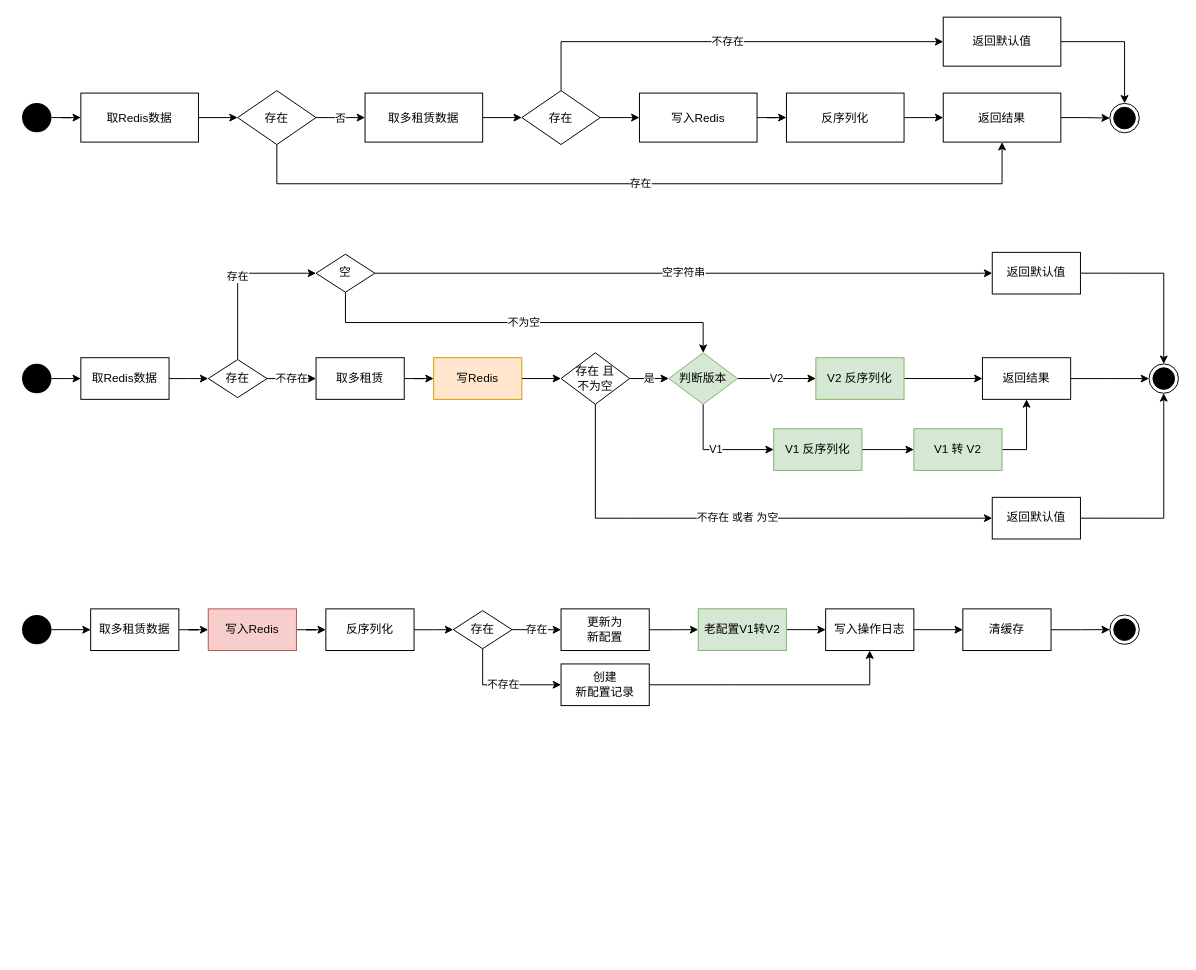
Earlier version of the draw.io diagram 人才有效期设置.drawio (Lucas20029/MyDiagrams). Source tidied: cells renumbered, new cells numbered last; positions are measured from the earlier drawing's top-left corner, leaving out a move shared by most shapes. Both pictures are drawn from the tidied source at 98%, with x=0, y=0 at pixel (22, 17).
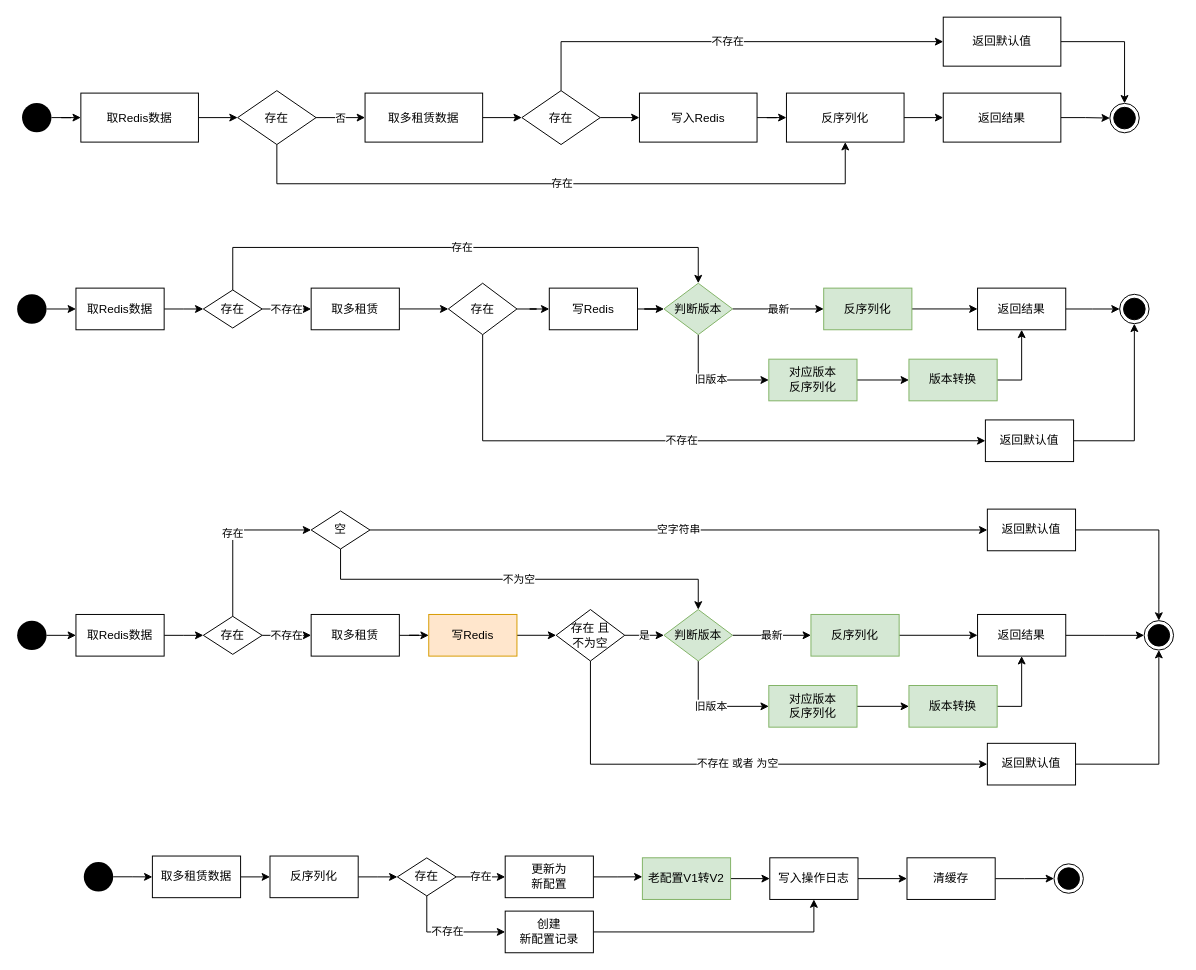
The same page after the edit.

Commit message:
Update 人才有效期设置.drawio

Unchanged cells that the change refers to:
```xml
<mxCell id="8" value="存在" style="rhombus;whiteSpace=wrap;html=1;" parent="1" vertex="1">
  <mxGeometry x="220" y="75" width="80" height="55" as="geometry" />
</mxCell>
<mxCell id="15" value="反序列化" style="rounded=0;whiteSpace=wrap;html=1;" parent="1" vertex="1">
  <mxGeometry x="780" y="77.5" width="120" height="50" as="geometry" />
</mxCell>
<mxCell id="17" value="返回结果" style="rounded=0;whiteSpace=wrap;html=1;" parent="1" vertex="1">
  <mxGeometry x="940" y="77.5" width="120" height="50" as="geometry" />
</mxCell>
```

Diff of the diagram source:
```diff
@@
-    <mxCell id="7" value="存在" style="edgeStyle=orthogonalEdgeStyle;rounded=0;jettySize=auto;html=1;exitX=0.5;exitY=1;exitDx=0;exitDy=0;entryX=0.5;entryY=1;entryDx=0;entryDy=0;" parent="1" edge="1" source="8" target="17">
+    <mxCell id="7" value="存在" style="edgeStyle=orthogonalEdgeStyle;rounded=0;jettySize=auto;html=1;exitX=0.5;exitY=1;exitDx=0;exitDy=0;entryX=0.5;entryY=1;entryDx=0;entryDy=0;" parent="1" edge="1" source="8" target="15">
       <mxGeometry relative="1" as="geometry">
         <Array as="points">
           <mxPoint x="260" y="170" />
-          <mxPoint x="1000" y="170" />
+          <mxPoint x="840" y="170" />
         </Array>
       </mxGeometry>
     </mxCell>
@@
     <mxCell id="24" value="取Redis数据" style="rounded=0;whiteSpace=wrap;html=1;" parent="1" vertex="1">
-      <mxGeometry x="60" y="347.5" width="90" height="42.5" as="geometry" />
+      <mxGeometry x="55" y="276.5" width="90" height="42.5" as="geometry" />
     </mxCell>
@@
     <mxCell id="26" style="ellipse;fillColor=#000000;strokeColor=none;" parent="1" vertex="1">
-      <mxGeometry y="353.8" width="30" height="30" as="geometry" />
+      <mxGeometry x="-5" y="282.8" width="30" height="30" as="geometry" />
     </mxCell>
@@
-    <mxCell id="28" value="存在" style="edgeStyle=orthogonalEdgeStyle;rounded=0;jettySize=auto;html=1;exitX=0.5;exitY=0;exitDx=0;exitDy=0;entryX=0;entryY=0.5;entryDx=0;entryDy=0;" parent="1" edge="1" source="29" target="47">
-      <mxGeometry relative="1" as="geometry" />
+    <mxCell id="28" value="存在" style="edgeStyle=orthogonalEdgeStyle;rounded=0;jettySize=auto;html=1;exitX=0.5;exitY=0;exitDx=0;exitDy=0;entryX=0.5;entryY=0;entryDx=0;entryDy=0;" parent="1" edge="1" source="29" target="39">
+      <mxGeometry relative="1" as="geometry">
+        <Array as="points">
+          <mxPoint x="215" y="235" />
+          <mxPoint x="690" y="235" />
+        </Array>
+      </mxGeometry>
     </mxCell>
     <mxCell id="29" value="存在" style="rhombus;whiteSpace=wrap;html=1;" parent="1" vertex="1">
-      <mxGeometry x="190" y="349.4" width="60" height="38.8" as="geometry" />
+      <mxGeometry x="185" y="278.4" width="60" height="38.8" as="geometry" />
     </mxCell>
-    <mxCell id="30" style="edgeStyle=orthogonalEdgeStyle;rounded=0;jettySize=auto;html=1;" parent="1" edge="1" source="31" target="33">
-      <mxGeometry relative="1" as="geometry" />
-    </mxCell>
+    <mxCell id="78" style="edgeStyle=orthogonalEdgeStyle;rounded=0;jettySize=auto;html=1;" parent="1" edge="1" source="31" target="36">
+      <mxGeometry relative="1" as="geometry" />
+    </mxCell>
     <mxCell id="31" value="取多租赁" style="rounded=0;whiteSpace=wrap;html=1;" parent="1" vertex="1">
-      <mxGeometry x="300" y="347.5" width="90" height="42.5" as="geometry" />
+      <mxGeometry x="295" y="276.5" width="90" height="42.5" as="geometry" />
     </mxCell>
-    <mxCell id="32" style="edgeStyle=orthogonalEdgeStyle;rounded=0;jettySize=auto;html=1;" parent="1" edge="1" source="33" target="36">
-      <mxGeometry relative="1" as="geometry" />
-    </mxCell>
+    <mxCell id="79" style="edgeStyle=orthogonalEdgeStyle;rounded=0;jettySize=auto;html=1;" parent="1" edge="1" source="33" target="39">
+      <mxGeometry relative="1" as="geometry" />
+    </mxCell>
-    <mxCell id="33" value="写Redis" style="rounded=0;whiteSpace=wrap;html=1;fillColor=#ffe6cc;strokeColor=#d79b00;" parent="1" vertex="1">
-      <mxGeometry x="420" y="347.5" width="90" height="42.5" as="geometry" />
+    <mxCell id="33" value="写Redis" style="rounded=0;whiteSpace=wrap;html=1;" parent="1" vertex="1">
+      <mxGeometry x="538" y="276.5" width="90" height="42.5" as="geometry" />
     </mxCell>
-    <mxCell id="34" value="是" style="edgeStyle=orthogonalEdgeStyle;rounded=0;jettySize=auto;html=1;" parent="1" edge="1" source="36" target="39">
-      <mxGeometry relative="1" as="geometry" />
-    </mxCell>
-    <mxCell id="35" value="不存在 或者 为空" style="edgeStyle=orthogonalEdgeStyle;rounded=0;jettySize=auto;html=1;exitX=0.5;exitY=1;exitDx=0;exitDy=0;entryX=0;entryY=0.5;entryDx=0;entryDy=0;" parent="1" edge="1" source="36" target="55">
+    <mxCell id="35" value="不存在" style="edgeStyle=orthogonalEdgeStyle;rounded=0;jettySize=auto;html=1;exitX=0.5;exitY=1;exitDx=0;exitDy=0;entryX=0;entryY=0.5;entryDx=0;entryDy=0;" parent="1" edge="1" source="36" target="55">
       <mxGeometry relative="1" as="geometry" />
     </mxCell>
+    <mxCell id="80" style="edgeStyle=orthogonalEdgeStyle;rounded=0;jettySize=auto;html=1;" parent="1" edge="1" source="36" target="33">
+      <mxGeometry relative="1" as="geometry" />
+    </mxCell>
-    <mxCell id="36" value="存在 且&lt;br&gt;不为空" style="rhombus;whiteSpace=wrap;html=1;" parent="1" vertex="1">
-      <mxGeometry x="550" y="342.5" width="70" height="52.5" as="geometry" />
+    <mxCell id="36" value="存在" style="rhombus;whiteSpace=wrap;html=1;" parent="1" vertex="1">
+      <mxGeometry x="435" y="271.5" width="70" height="52.5" as="geometry" />
     </mxCell>
-    <mxCell id="37" value="V2" style="edgeStyle=orthogonalEdgeStyle;rounded=0;jettySize=auto;html=1;" parent="1" edge="1" source="39" target="41">
+    <mxCell id="37" value="最新" style="edgeStyle=orthogonalEdgeStyle;rounded=0;jettySize=auto;html=1;" parent="1" edge="1" source="39" target="41">
       <mxGeometry relative="1" as="geometry" />
     </mxCell>
-    <mxCell id="38" value="V1" style="edgeStyle=orthogonalEdgeStyle;rounded=0;jettySize=auto;html=1;exitX=0.5;exitY=1;exitDx=0;exitDy=0;entryX=0;entryY=0.5;entryDx=0;entryDy=0;" parent="1" edge="1" source="39" target="51">
+    <mxCell id="38" value="旧版本" style="edgeStyle=orthogonalEdgeStyle;rounded=0;jettySize=auto;html=1;exitX=0.5;exitY=1;exitDx=0;exitDy=0;entryX=0;entryY=0.5;entryDx=0;entryDy=0;" parent="1" edge="1" source="39" target="51">
       <mxGeometry relative="1" as="geometry" />
     </mxCell>
     <mxCell id="39" value="判断版本" style="rhombus;whiteSpace=wrap;html=1;fillColor=#d5e8d4;strokeColor=#82b366;" parent="1" vertex="1">
-      <mxGeometry x="660" y="342.5" width="70" height="52.5" as="geometry" />
+      <mxGeometry x="655" y="271.5" width="70" height="52.5" as="geometry" />
     </mxCell>
@@
-    <mxCell id="41" value="V2 反序列化" style="rounded=0;whiteSpace=wrap;html=1;fillColor=#d5e8d4;strokeColor=#82b366;" parent="1" vertex="1">
-      <mxGeometry x="810" y="347.5" width="90" height="42.5" as="geometry" />
+    <mxCell id="41" value="反序列化" style="rounded=0;whiteSpace=wrap;html=1;fillColor=#d5e8d4;strokeColor=#82b366;" parent="1" vertex="1">
+      <mxGeometry x="818" y="276.5" width="90" height="42.5" as="geometry" />
     </mxCell>
@@
     <mxCell id="43" value="返回结果" style="rounded=0;whiteSpace=wrap;html=1;" parent="1" vertex="1">
-      <mxGeometry x="980" y="347.5" width="90" height="42.5" as="geometry" />
+      <mxGeometry x="975" y="276.5" width="90" height="42.5" as="geometry" />
     </mxCell>
     <mxCell id="44" style="ellipse;html=1;shape=endState;fillColor=#000000;strokeColor=#000000;" parent="1" vertex="1">
-      <mxGeometry x="1150" y="353.8" width="30" height="30" as="geometry" />
+      <mxGeometry x="1120" y="282.8" width="30" height="30" as="geometry" />
     </mxCell>
-    <mxCell id="45" value="空字符串" style="edgeStyle=orthogonalEdgeStyle;rounded=0;jettySize=auto;html=1;exitX=1;exitY=0.5;exitDx=0;exitDy=0;" parent="1" edge="1" source="47" target="49">
-      <mxGeometry relative="1" as="geometry" />
-    </mxCell>
-    <mxCell id="46" value="不为空" style="edgeStyle=orthogonalEdgeStyle;rounded=0;jettySize=auto;html=1;exitX=0.5;exitY=1;exitDx=0;exitDy=0;entryX=0.5;entryY=0;entryDx=0;entryDy=0;" parent="1" edge="1" source="47" target="39">
-      <mxGeometry relative="1" as="geometry" />
-    </mxCell>
-    <mxCell id="47" value="空" style="rhombus;whiteSpace=wrap;html=1;" parent="1" vertex="1">
-      <mxGeometry x="300" y="241.9" width="60" height="38.8" as="geometry" />
-    </mxCell>
-    <mxCell id="48" style="edgeStyle=orthogonalEdgeStyle;rounded=0;jettySize=auto;html=1;exitX=1;exitY=0.5;exitDx=0;exitDy=0;" parent="1" edge="1" source="49" target="44">
-      <mxGeometry relative="1" as="geometry" />
-    </mxCell>
-    <mxCell id="49" value="返回默认值" style="rounded=0;whiteSpace=wrap;html=1;" parent="1" vertex="1">
-      <mxGeometry x="990" y="240" width="90" height="42.5" as="geometry" />
-    </mxCell>
@@
-    <mxCell id="51" value="V1 反序列化" style="rounded=0;whiteSpace=wrap;html=1;fillColor=#d5e8d4;strokeColor=#82b366;" parent="1" vertex="1">
-      <mxGeometry x="767" y="420" width="90" height="42.5" as="geometry" />
+    <mxCell id="51" value="对应版本&lt;br&gt;反序列化" style="rounded=0;whiteSpace=wrap;html=1;fillColor=#d5e8d4;strokeColor=#82b366;" parent="1" vertex="1">
+      <mxGeometry x="762" y="349" width="90" height="42.5" as="geometry" />
     </mxCell>
@@
-    <mxCell id="53" value="V1 转 V2" style="rounded=0;whiteSpace=wrap;html=1;fillColor=#d5e8d4;strokeColor=#82b366;" parent="1" vertex="1">
-      <mxGeometry x="910" y="420" width="90" height="42.5" as="geometry" />
+    <mxCell id="53" value="版本转换" style="rounded=0;whiteSpace=wrap;html=1;fillColor=#d5e8d4;strokeColor=#82b366;" parent="1" vertex="1">
+      <mxGeometry x="905" y="349" width="90" height="42.5" as="geometry" />
     </mxCell>
@@
     <mxCell id="55" value="返回默认值" style="rounded=0;whiteSpace=wrap;html=1;" parent="1" vertex="1">
-      <mxGeometry x="990" y="490" width="90" height="42.5" as="geometry" />
+      <mxGeometry x="983" y="411" width="90" height="42.5" as="geometry" />
     </mxCell>
@@
     <mxCell id="57" style="ellipse;fillColor=#000000;strokeColor=none;" parent="1" vertex="1">
-      <mxGeometry y="610" width="30" height="30" as="geometry" />
+      <mxGeometry x="63" y="862.2" width="30" height="30" as="geometry" />
     </mxCell>
-    <mxCell id="58" style="edgeStyle=orthogonalEdgeStyle;rounded=0;jettySize=auto;html=1;" parent="1" edge="1" source="59" target="61">
-      <mxGeometry relative="1" as="geometry" />
+    <mxCell id="58" style="edgeStyle=orthogonalEdgeStyle;rounded=0;jettySize=auto;html=1;" parent="1" edge="1" source="59">
+      <mxGeometry relative="1" as="geometry">
+        <mxPoint x="253" y="877.3" as="targetPoint" />
+      </mxGeometry>
     </mxCell>
     <mxCell id="59" value="取多租赁数据" style="rounded=0;whiteSpace=wrap;html=1;" parent="1" vertex="1">
-      <mxGeometry x="70" y="603.8" width="90" height="42.5" as="geometry" />
+      <mxGeometry x="133" y="856" width="90" height="42.5" as="geometry" />
     </mxCell>
-    <mxCell id="60" style="edgeStyle=orthogonalEdgeStyle;rounded=0;jettySize=auto;html=1;" parent="1" edge="1" source="61" target="63">
-      <mxGeometry relative="1" as="geometry" />
-    </mxCell>
-    <mxCell id="61" value="写入Redis" style="rounded=0;whiteSpace=wrap;html=1;fillColor=#f8cecc;strokeColor=#b85450;" parent="1" vertex="1">
-      <mxGeometry x="190" y="603.8" width="90" height="42.5" as="geometry" />
-    </mxCell>
@@
     <mxCell id="63" value="反序列化" style="rounded=0;whiteSpace=wrap;html=1;" parent="1" vertex="1">
-      <mxGeometry x="310" y="603.8" width="90" height="42.5" as="geometry" />
+      <mxGeometry x="253" y="856" width="90" height="42.5" as="geometry" />
     </mxCell>
@@
     <mxCell id="66" value="存在" style="rhombus;whiteSpace=wrap;html=1;" parent="1" vertex="1">
-      <mxGeometry x="440" y="605.6" width="60" height="38.8" as="geometry" />
+      <mxGeometry x="383" y="857.9" width="60" height="38.8" as="geometry" />
     </mxCell>
@@
     <mxCell id="68" value="创建 &lt;br&gt;新配置记录" style="rounded=0;whiteSpace=wrap;html=1;" parent="1" vertex="1">
-      <mxGeometry x="550" y="660" width="90" height="42.5" as="geometry" />
+      <mxGeometry x="493" y="912.2" width="90" height="42.5" as="geometry" />
     </mxCell>
-    <mxCell id="69" style="edgeStyle=orthogonalEdgeStyle;rounded=0;jettySize=auto;html=1;" parent="1" edge="1" source="70" target="77">
-      <mxGeometry relative="1" as="geometry" />
+    <mxCell id="69" style="edgeStyle=orthogonalEdgeStyle;rounded=0;jettySize=auto;html=1;" parent="1" edge="1" source="70">
+      <mxGeometry relative="1" as="geometry">
+        <mxPoint x="633" y="877.2" as="targetPoint" />
+      </mxGeometry>
     </mxCell>
     <mxCell id="70" value="更新为&lt;br&gt;新配置" style="rounded=0;whiteSpace=wrap;html=1;" parent="1" vertex="1">
-      <mxGeometry x="550" y="603.8" width="90" height="42.5" as="geometry" />
+      <mxGeometry x="493" y="856" width="90" height="42.5" as="geometry" />
     </mxCell>
@@
     <mxCell id="72" value="写入操作日志" style="rounded=0;whiteSpace=wrap;html=1;" parent="1" vertex="1">
-      <mxGeometry x="820" y="603.8" width="90" height="42.5" as="geometry" />
+      <mxGeometry x="763" y="857.8" width="90" height="42.5" as="geometry" />
     </mxCell>
@@
     <mxCell id="74" value="清缓存" style="rounded=0;whiteSpace=wrap;html=1;" parent="1" vertex="1">
-      <mxGeometry x="960" y="603.8" width="90" height="42.5" as="geometry" />
+      <mxGeometry x="903" y="857.8" width="90" height="42.5" as="geometry" />
     </mxCell>
     <mxCell id="75" style="ellipse;html=1;shape=endState;fillColor=#000000;strokeColor=#000000;" parent="1" vertex="1">
-      <mxGeometry x="1110" y="610" width="30" height="30" as="geometry" />
+      <mxGeometry x="1053" y="864" width="30" height="30" as="geometry" />
     </mxCell>
@@
     <mxCell id="77" value="老配置V1转V2" style="rounded=0;whiteSpace=wrap;html=1;fillColor=#d5e8d4;strokeColor=#82b366;" parent="1" vertex="1">
-      <mxGeometry x="690" y="603.7" width="90" height="42.5" as="geometry" />
+      <mxGeometry x="633" y="857.8" width="90" height="42.5" as="geometry" />
     </mxCell>
+    <mxCell id="81" style="edgeStyle=orthogonalEdgeStyle;rounded=0;jettySize=auto;html=1;" parent="1" edge="1" source="82" target="87">
+      <mxGeometry relative="1" as="geometry" />
+    </mxCell>
+    <mxCell id="82" value="取Redis数据" style="rounded=0;whiteSpace=wrap;html=1;" parent="1" vertex="1">
+      <mxGeometry x="55" y="609.5" width="90" height="42.5" as="geometry" />
+    </mxCell>
+    <mxCell id="83" style="edgeStyle=orthogonalEdgeStyle;rounded=0;jettySize=auto;html=1;" parent="1" edge="1" source="84" target="82">
+      <mxGeometry relative="1" as="geometry" />
+    </mxCell>
+    <mxCell id="84" style="ellipse;fillColor=#000000;strokeColor=none;" parent="1" vertex="1">
+      <mxGeometry x="-5" y="615.8" width="30" height="30" as="geometry" />
+    </mxCell>
+    <mxCell id="85" value="不存在" style="edgeStyle=orthogonalEdgeStyle;rounded=0;jettySize=auto;html=1;" parent="1" edge="1" source="87" target="89">
+      <mxGeometry relative="1" as="geometry" />
+    </mxCell>
+    <mxCell id="86" value="存在" style="edgeStyle=orthogonalEdgeStyle;rounded=0;jettySize=auto;html=1;exitX=0.5;exitY=0;exitDx=0;exitDy=0;entryX=0;entryY=0.5;entryDx=0;entryDy=0;" parent="1" edge="1" source="87" target="47">
+      <mxGeometry relative="1" as="geometry" />
+    </mxCell>
+    <mxCell id="87" value="存在" style="rhombus;whiteSpace=wrap;html=1;" parent="1" vertex="1">
+      <mxGeometry x="185" y="611.4" width="60" height="38.8" as="geometry" />
+    </mxCell>
+    <mxCell id="88" style="edgeStyle=orthogonalEdgeStyle;rounded=0;jettySize=auto;html=1;" parent="1" edge="1" source="89" target="91">
+      <mxGeometry relative="1" as="geometry" />
+    </mxCell>
+    <mxCell id="89" value="取多租赁" style="rounded=0;whiteSpace=wrap;html=1;" parent="1" vertex="1">
+      <mxGeometry x="295" y="609.5" width="90" height="42.5" as="geometry" />
+    </mxCell>
+    <mxCell id="90" style="edgeStyle=orthogonalEdgeStyle;rounded=0;jettySize=auto;html=1;" parent="1" edge="1" source="91" target="93">
+      <mxGeometry relative="1" as="geometry" />
+    </mxCell>
+    <mxCell id="91" value="写Redis" style="rounded=0;whiteSpace=wrap;html=1;fillColor=#ffe6cc;strokeColor=#d79b00;" parent="1" vertex="1">
+      <mxGeometry x="415" y="609.5" width="90" height="42.5" as="geometry" />
+    </mxCell>
+    <mxCell id="34" value="是" style="edgeStyle=orthogonalEdgeStyle;rounded=0;jettySize=auto;html=1;" parent="1" edge="1" source="93" target="96">
+      <mxGeometry relative="1" as="geometry" />
+    </mxCell>
+    <mxCell id="92" value="不存在 或者 为空" style="edgeStyle=orthogonalEdgeStyle;rounded=0;jettySize=auto;html=1;exitX=0.5;exitY=1;exitDx=0;exitDy=0;entryX=0;entryY=0.5;entryDx=0;entryDy=0;" parent="1" edge="1" source="93" target="109">
+      <mxGeometry relative="1" as="geometry" />
+    </mxCell>
+    <mxCell id="93" value="存在 且&lt;br&gt;不为空" style="rhombus;whiteSpace=wrap;html=1;" parent="1" vertex="1">
+      <mxGeometry x="545" y="604.5" width="70" height="52.5" as="geometry" />
+    </mxCell>
+    <mxCell id="94" value="最新" style="edgeStyle=orthogonalEdgeStyle;rounded=0;jettySize=auto;html=1;" parent="1" edge="1" source="96" target="98">
+      <mxGeometry relative="1" as="geometry" />
+    </mxCell>
+    <mxCell id="95" value="旧版本" style="edgeStyle=orthogonalEdgeStyle;rounded=0;jettySize=auto;html=1;exitX=0.5;exitY=1;exitDx=0;exitDy=0;entryX=0;entryY=0.5;entryDx=0;entryDy=0;" parent="1" edge="1" source="96" target="105">
+      <mxGeometry relative="1" as="geometry" />
+    </mxCell>
+    <mxCell id="96" value="判断版本" style="rhombus;whiteSpace=wrap;html=1;fillColor=#d5e8d4;strokeColor=#82b366;" parent="1" vertex="1">
+      <mxGeometry x="655" y="604.5" width="70" height="52.5" as="geometry" />
+    </mxCell>
+    <mxCell id="97" style="edgeStyle=orthogonalEdgeStyle;rounded=0;jettySize=auto;html=1;" parent="1" edge="1" source="98" target="100">
+      <mxGeometry relative="1" as="geometry" />
+    </mxCell>
+    <mxCell id="98" value="反序列化" style="rounded=0;whiteSpace=wrap;html=1;fillColor=#d5e8d4;strokeColor=#82b366;" parent="1" vertex="1">
+      <mxGeometry x="805" y="609.5" width="90" height="42.5" as="geometry" />
+    </mxCell>
+    <mxCell id="99" style="edgeStyle=orthogonalEdgeStyle;rounded=0;jettySize=auto;html=1;" parent="1" edge="1" source="100" target="101">
+      <mxGeometry relative="1" as="geometry" />
+    </mxCell>
+    <mxCell id="100" value="返回结果" style="rounded=0;whiteSpace=wrap;html=1;" parent="1" vertex="1">
+      <mxGeometry x="975" y="609.5" width="90" height="42.5" as="geometry" />
+    </mxCell>
+    <mxCell id="101" style="ellipse;html=1;shape=endState;fillColor=#000000;strokeColor=#000000;" parent="1" vertex="1">
+      <mxGeometry x="1145" y="615.8" width="30" height="30" as="geometry" />
+    </mxCell>
+    <mxCell id="45" value="空字符串" style="edgeStyle=orthogonalEdgeStyle;rounded=0;jettySize=auto;html=1;exitX=1;exitY=0.5;exitDx=0;exitDy=0;" parent="1" edge="1" source="47" target="103">
+      <mxGeometry relative="1" as="geometry" />
+    </mxCell>
+    <mxCell id="46" value="不为空" style="edgeStyle=orthogonalEdgeStyle;rounded=0;jettySize=auto;html=1;exitX=0.5;exitY=1;exitDx=0;exitDy=0;entryX=0.5;entryY=0;entryDx=0;entryDy=0;" parent="1" edge="1" source="47" target="96">
+      <mxGeometry relative="1" as="geometry" />
+    </mxCell>
+    <mxCell id="47" value="空" style="rhombus;whiteSpace=wrap;html=1;" parent="1" vertex="1">
+      <mxGeometry x="295" y="503.9" width="60" height="38.8" as="geometry" />
+    </mxCell>
+    <mxCell id="102" style="edgeStyle=orthogonalEdgeStyle;rounded=0;jettySize=auto;html=1;exitX=1;exitY=0.5;exitDx=0;exitDy=0;" parent="1" edge="1" source="103" target="101">
+      <mxGeometry relative="1" as="geometry" />
+    </mxCell>
+    <mxCell id="103" value="返回默认值" style="rounded=0;whiteSpace=wrap;html=1;" parent="1" vertex="1">
+      <mxGeometry x="985" y="502" width="90" height="42.5" as="geometry" />
+    </mxCell>
+    <mxCell id="104" style="edgeStyle=orthogonalEdgeStyle;rounded=0;jettySize=auto;html=1;" parent="1" edge="1" source="105" target="107">
+      <mxGeometry relative="1" as="geometry" />
+    </mxCell>
+    <mxCell id="105" value="对应版本&lt;br&gt;反序列化" style="rounded=0;whiteSpace=wrap;html=1;fillColor=#d5e8d4;strokeColor=#82b366;" parent="1" vertex="1">
+      <mxGeometry x="762" y="682" width="90" height="42.5" as="geometry" />
+    </mxCell>
+    <mxCell id="106" style="edgeStyle=orthogonalEdgeStyle;rounded=0;jettySize=auto;html=1;exitX=1;exitY=0.5;exitDx=0;exitDy=0;" parent="1" edge="1" source="107" target="100">
+      <mxGeometry relative="1" as="geometry" />
+    </mxCell>
+    <mxCell id="107" value="版本转换" style="rounded=0;whiteSpace=wrap;html=1;fillColor=#d5e8d4;strokeColor=#82b366;" parent="1" vertex="1">
+      <mxGeometry x="905" y="682" width="90" height="42.5" as="geometry" />
+    </mxCell>
+    <mxCell id="108" style="edgeStyle=orthogonalEdgeStyle;rounded=0;jettySize=auto;html=1;exitX=1;exitY=0.5;exitDx=0;exitDy=0;entryX=0.5;entryY=1;entryDx=0;entryDy=0;" parent="1" edge="1" source="109" target="101">
+      <mxGeometry relative="1" as="geometry" />
+    </mxCell>
+    <mxCell id="109" value="返回默认值" style="rounded=0;whiteSpace=wrap;html=1;" parent="1" vertex="1">
+      <mxGeometry x="985" y="741" width="90" height="42.5" as="geometry" />
+    </mxCell>
```
